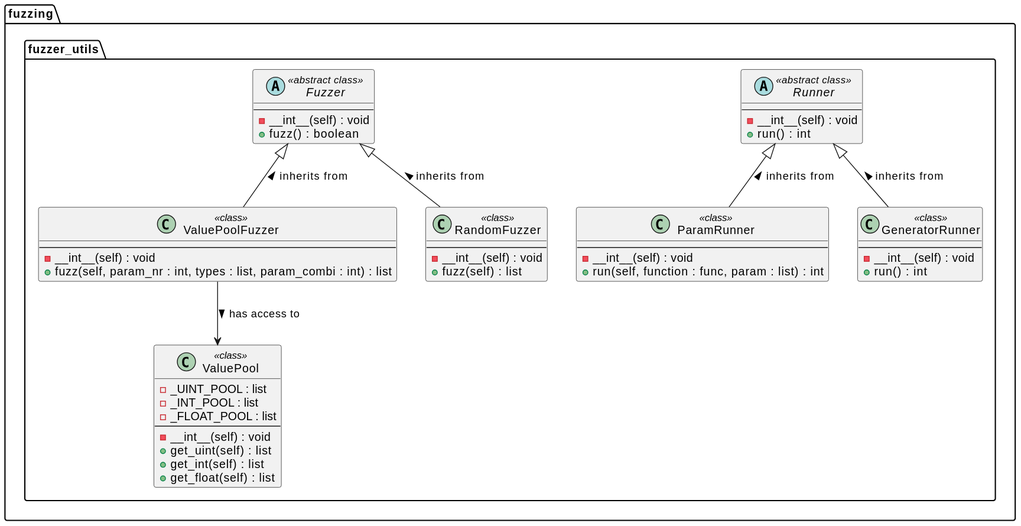
Above: custom_components/test/fuzzing/fuzzer_overview.svg in JoDehli/PyLoxone (PlantUML), before the change.
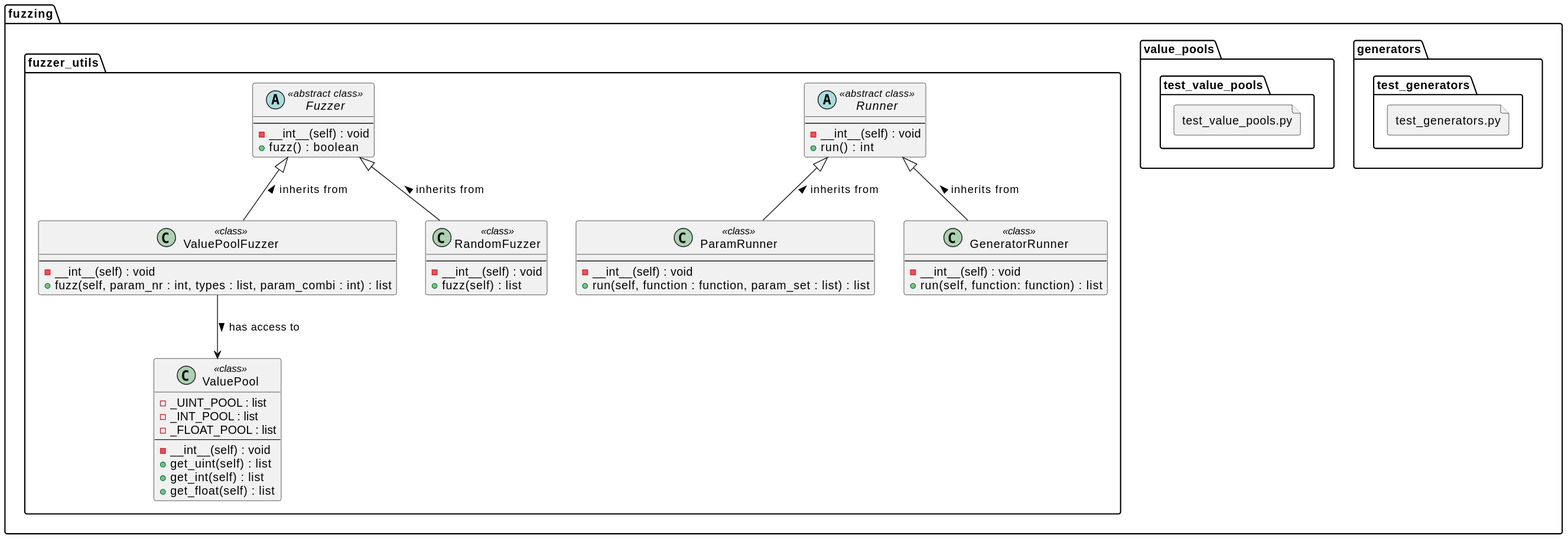
Later version of the same file.

Diff of the diagram source:
```diff
@@ -1,4 +1,6 @@
 @startuml
+allow_mixing
+
 package "fuzzing" as fuzzing <<Folder>> {
     package "fuzzer_utils" as FUtils <<Folder>> {
 
@@ -40,14 +42,20 @@
         class "ParamRunner" as PRunner << class >> {
             --
             - __int__(self) : void
-            + run(self, function : func, param : list) : int
+            + run(self, function : function, param_set : list) : list
         }
 
         class "GeneratorRunner" as GRunner << class >> {
             --
             - __int__(self) : void
-            + run() : int
+            + run(self, function: function) : list
         }
+    }
+    package "value_pools" as VPools <<Folder>> {
+        file "test_value_pools.py"
+    }
+    package "generators" as generators <<Folder>> {
+        file "test_generators.py"
     }
 
 
```
